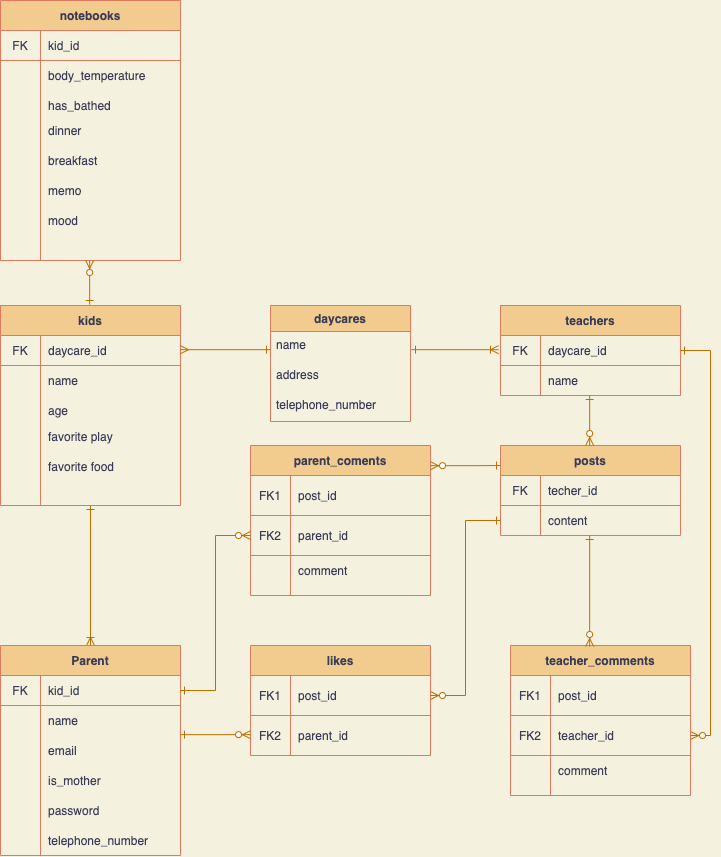
Above: docs/.drawio.png in Hiroto-Nagashima/Tell_Me (draw.io), before the change. Source tidied: cells renumbered, new cells last; positions are measured from the earlier drawing's top-left corner, leaving out a move shared by most shapes.
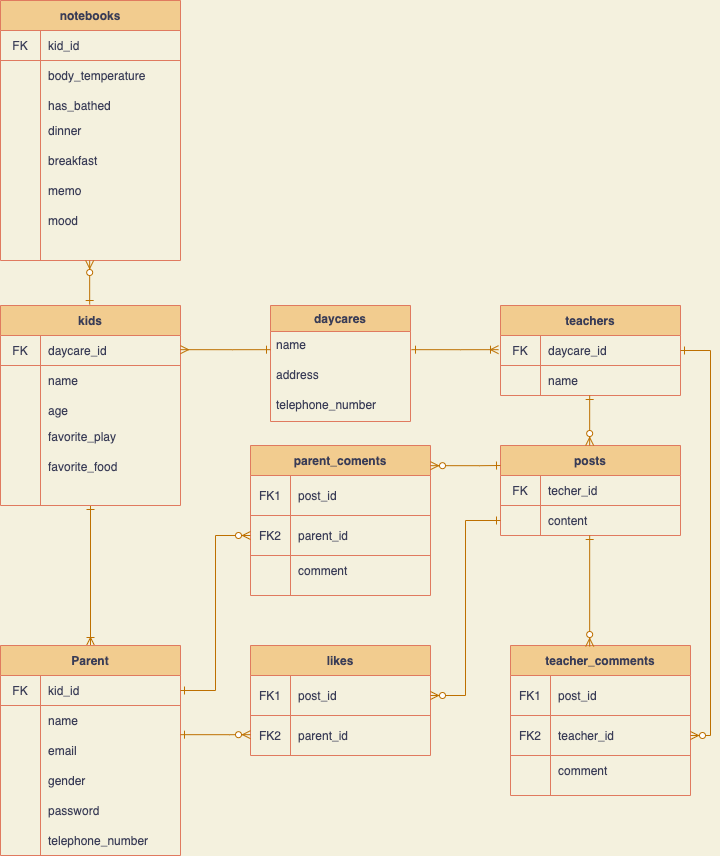
After the commit.

The edit, as a diff of the source:
```diff
@@ -35,10 +35,10 @@
     <mxCell id="12" value="age" style="shape=partialRectangle;html=1;whiteSpace=wrap;fillColor=none;top=0;left=0;bottom=0;right=0;align=left;spacingLeft=6;overflow=hidden;strokeColor=#E07A5F;fontColor=#393C56;" parent="10" vertex="1">
       <mxGeometry x="40" width="140" height="30" as="geometry" />
     </mxCell>
-    <mxCell id="13" value="favorite food" style="shape=partialRectangle;html=1;whiteSpace=wrap;fillColor=none;top=0;left=0;bottom=0;right=0;align=left;spacingLeft=6;overflow=hidden;strokeColor=#E07A5F;fontColor=#393C56;" parent="1" vertex="1">
+    <mxCell id="13" value="favorite_food" style="shape=partialRectangle;html=1;whiteSpace=wrap;fillColor=none;top=0;left=0;bottom=0;right=0;align=left;spacingLeft=6;overflow=hidden;strokeColor=#E07A5F;fontColor=#393C56;" parent="1" vertex="1">
       <mxGeometry x="40" y="451" width="140" height="30" as="geometry" />
     </mxCell>
-    <mxCell id="14" value="favorite play" style="shape=partialRectangle;html=1;whiteSpace=wrap;fillColor=none;top=0;left=0;bottom=0;right=0;align=left;spacingLeft=6;overflow=hidden;strokeColor=#E07A5F;fontColor=#393C56;" parent="1" vertex="1">
+    <mxCell id="14" value="favorite_play" style="shape=partialRectangle;html=1;whiteSpace=wrap;fillColor=none;top=0;left=0;bottom=0;right=0;align=left;spacingLeft=6;overflow=hidden;strokeColor=#E07A5F;fontColor=#393C56;" parent="1" vertex="1">
       <mxGeometry x="40" y="421" width="140" height="30" as="geometry" />
     </mxCell>
     <mxCell id="15" value="Parent" style="shape=table;html=1;whiteSpace=wrap;startSize=30;rowLines=0;fontStyle=1;align=center;strokeColor=#E07A5F;fillColor=#F2CC8F;fontColor=#393C56;" parent="1" vertex="1">
@@ -77,7 +77,7 @@
     <mxCell id="26" value="telephone_number" style="shape=partialRectangle;html=1;fillColor=none;top=0;left=0;bottom=0;right=0;align=left;spacingLeft=6;overflow=hidden;strokeColor=#E07A5F;fontColor=#393C56;whiteSpace=wrap;" parent="1" vertex="1">
       <mxGeometry x="40" y="825" width="140" height="30" as="geometry" />
     </mxCell>
-    <mxCell id="27" value="is_mother" style="shape=partialRectangle;html=1;whiteSpace=wrap;fillColor=none;top=0;left=0;bottom=0;right=0;align=left;spacingLeft=6;overflow=hidden;strokeColor=#E07A5F;fontColor=#393C56;" parent="1" vertex="1">
+    <mxCell id="27" value="gender" style="shape=partialRectangle;html=1;whiteSpace=wrap;fillColor=none;top=0;left=0;bottom=0;right=0;align=left;spacingLeft=6;overflow=hidden;strokeColor=#E07A5F;fontColor=#393C56;" parent="1" vertex="1">
       <mxGeometry x="40" y="765" width="140" height="30" as="geometry" />
     </mxCell>
     <mxCell id="28" value="teachers" style="shape=table;html=1;whiteSpace=wrap;startSize=30;rowLines=0;fontStyle=1;align=center;fillColor=#F2CC8F;strokeColor=#E07A5F;fontColor=#393C56;" parent="1" vertex="1">
```
